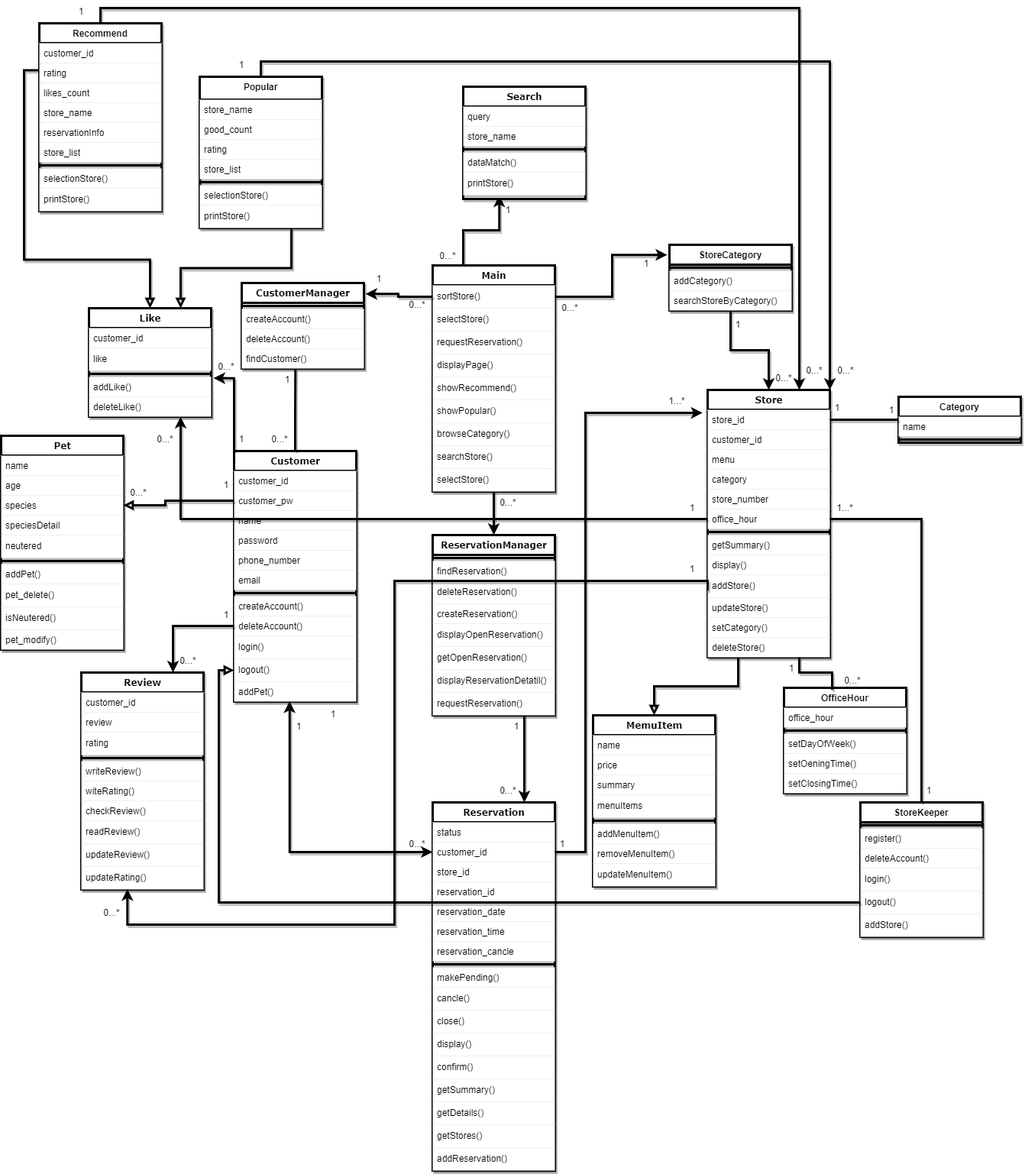
Earlier version of the draw.io export walkwith_class.drawio.png (dkwkckzk/data_test). Source tidied: cells renumbered, new cells last; positions are measured from the earlier drawing's top-left corner, leaving out a move shared by most shapes.
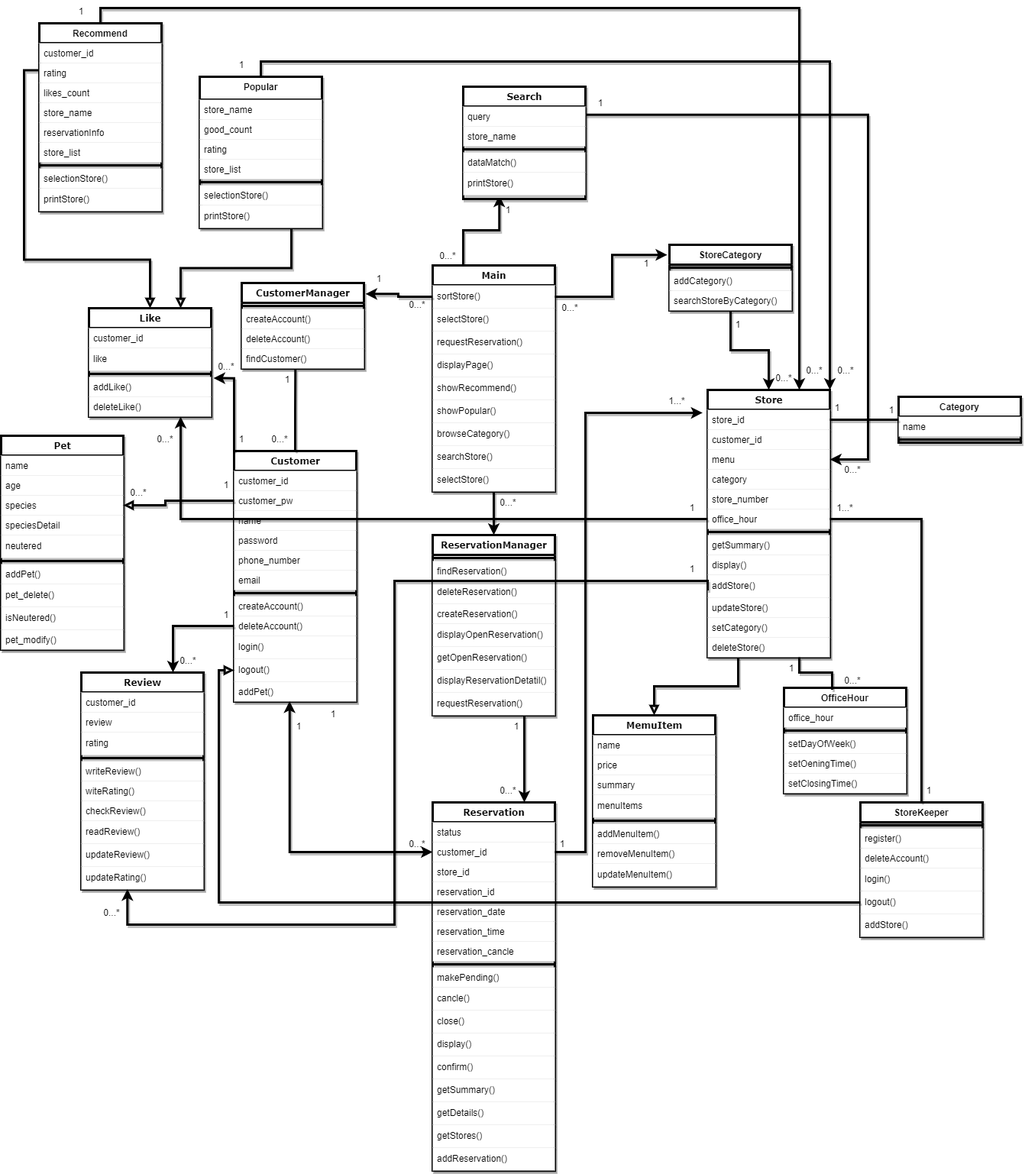
Later version of the same file.

The edit, as a diff of the source:
```diff
@@ -320,6 +320,14 @@
     <mxCell id="107" value="printStore()" style="text;strokeColor=none;fillColor=#FFFFFF;align=left;verticalAlign=middle;spacingLeft=4;spacingRight=4;overflow=hidden;whiteSpace=wrap;html=1;shadow=1;strokeWidth=3;" parent="100" vertex="1">
       <mxGeometry y="168" width="160" height="30" as="geometry" />
     </mxCell>
+    <mxCell id="215" style="edgeStyle=orthogonalEdgeStyle;rounded=0;jettySize=auto;html=1;exitX=1;exitY=0.25;exitDx=0;exitDy=0;entryX=1;entryY=0.5;entryDx=0;entryDy=0;strokeWidth=3;shadow=1;" parent="1" edge="1" source="108" target="30">
+      <mxGeometry relative="1" as="geometry">
+        <Array as="points">
+          <mxPoint x="1135" y="150" />
+          <mxPoint x="1135" y="601" />
+        </Array>
+      </mxGeometry>
+    </mxCell>
     <mxCell id="108" value="Search" style="swimlane;html=1;fontStyle=1;align=center;verticalAlign=top;horizontal=1;startSize=26;swimlaneFillColor=#ffffff;rounded=0;shadow=1;comic=0;labelBackgroundColor=none;strokeWidth=3;fillColor=default;fontFamily=Verdana;fontSize=12;" parent="1" vertex="1">
       <mxGeometry x="605" y="113" width="160" height="147" as="geometry" />
     </mxCell>
@@ -661,5 +669,11 @@
     <mxCell id="214" value="0...*" style="text;html=1;strokeColor=none;fillColor=none;align=center;verticalAlign=middle;whiteSpace=wrap;rounded=0;shadow=1;strokeWidth=3;" parent="1" vertex="1">
       <mxGeometry x="1035" y="470" width="60" height="30" as="geometry" />
     </mxCell>
+    <mxCell id="216" value="1" style="text;html=1;strokeColor=none;fillColor=none;align=center;verticalAlign=middle;whiteSpace=wrap;rounded=0;shadow=1;strokeWidth=3;" parent="1" vertex="1">
+      <mxGeometry x="755" y="120" width="60" height="30" as="geometry" />
+    </mxCell>
+    <mxCell id="217" value="0...*" style="text;html=1;strokeColor=none;fillColor=none;align=center;verticalAlign=middle;whiteSpace=wrap;rounded=0;shadow=1;strokeWidth=3;" parent="1" vertex="1">
+      <mxGeometry x="1085" y="600" width="60" height="30" as="geometry" />
+    </mxCell>
   </root>
 </mxGraphModel>
```
